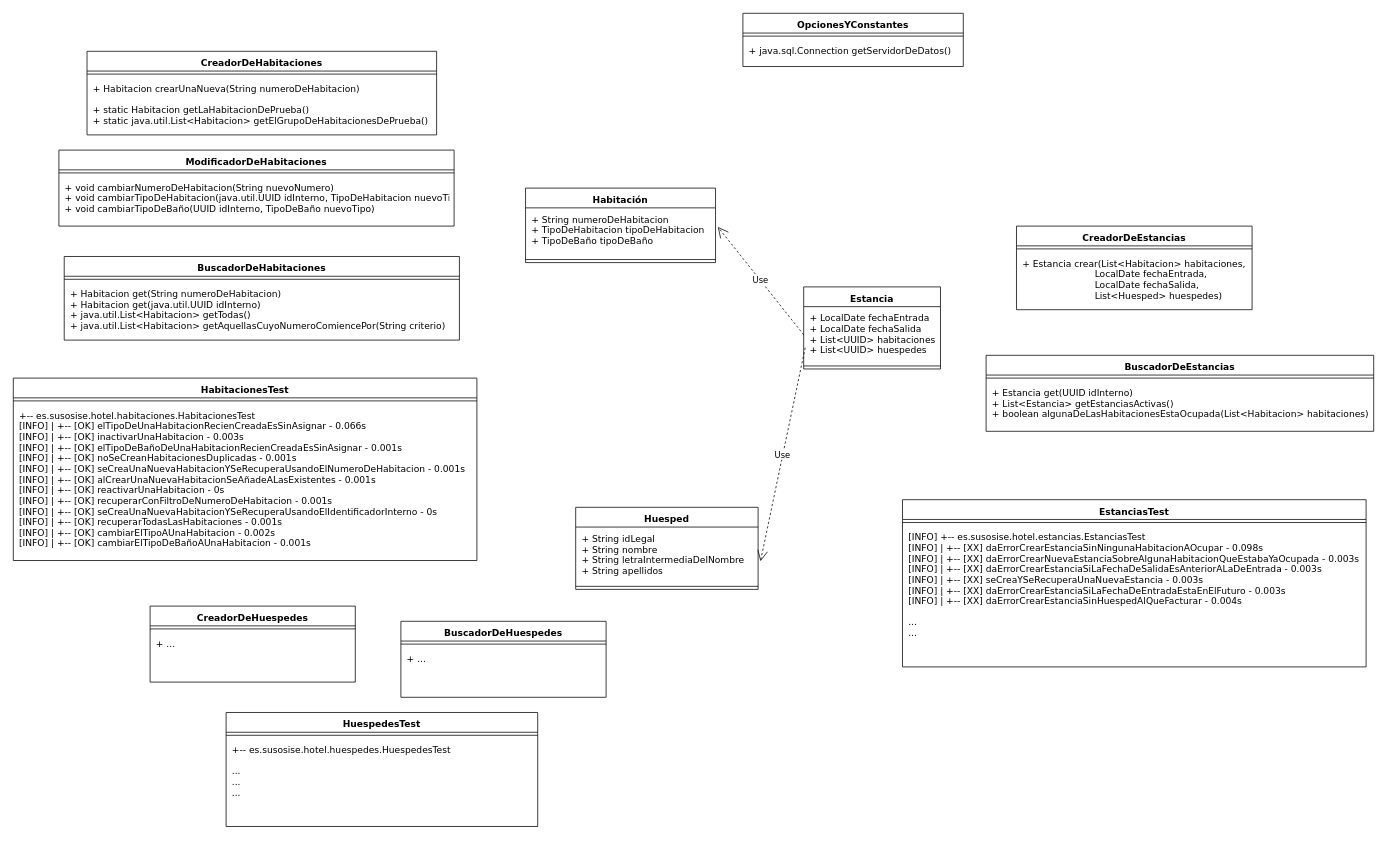
Above: documentacion/diagrama de clases para la gestion de estancias.drawio in JuanMuruaOlalde/Hotel (draw.io), before the change. Source tidied: cells renumbered, new cells numbered last; positions are measured from the earlier drawing's top-left corner, leaving out a move shared by most shapes. Both pictures are drawn from the tidied source at 76%, with x=0, y=0 at pixel (13, 13).
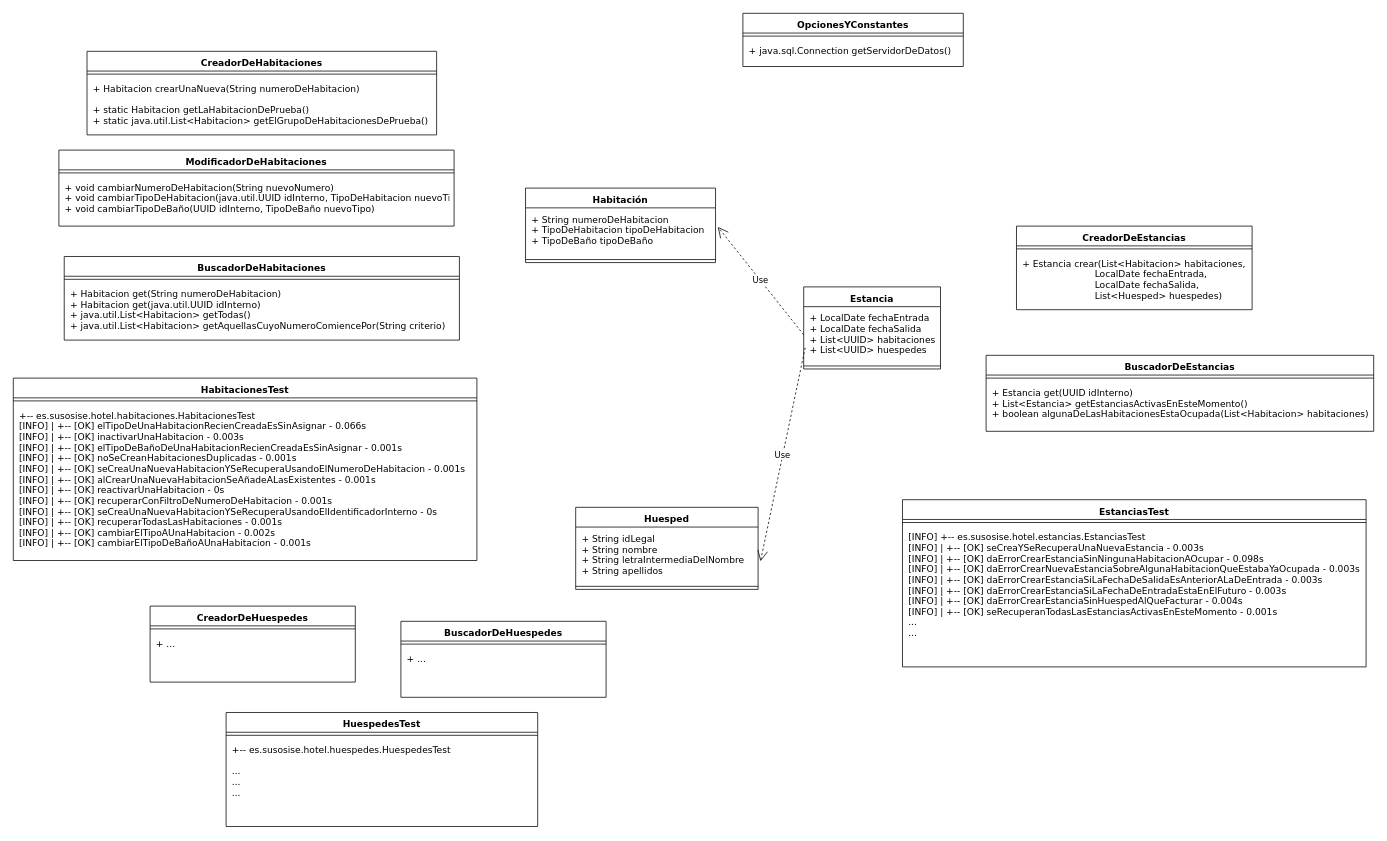
The same page after the edit.

Commit message (it also covers changes not shown here):
implementar la consulta de estancias activas en este momento

Unchanged cells that the change refers to:
```xml
<mxCell id="11" value="BuscadorDeEstancias" style="swimlane;fontStyle=1;align=center;verticalAlign=top;horizontal=1;startSize=26;fontFamily=Verdana;spacing=4;" parent="1" vertex="1">
  <mxGeometry x="1280" y="450" width="510" height="100" as="geometry" />
</mxCell>
<mxCell id="34" value="EstanciasTest" style="swimlane;fontStyle=1;align=center;verticalAlign=top;horizontal=1;startSize=26;fontFamily=Verdana;spacing=4;" parent="1" vertex="1">
  <mxGeometry x="1170" y="640" width="610" height="220" as="geometry" />
</mxCell>
```

Change to the diagram source:
```diff
@@
-    <mxCell id="13" value="+ Estancia get(UUID idInterno)&#10;+ List&lt;Estancia&gt; getEstanciasActivas()&#10;+ boolean algunaDeLasHabitacionesEstaOcupada(List&lt;Habitacion&gt; habitaciones)&#10;&#10;" style="text;strokeColor=none;fillColor=none;align=left;verticalAlign=top;spacingLeft=4;spacingRight=4;overflow=hidden;fontFamily=Verdana;spacing=4;" parent="11" vertex="1">
+    <mxCell id="13" value="+ Estancia get(UUID idInterno)&#10;+ List&lt;Estancia&gt; getEstanciasActivasEnEsteMomento()&#10;+ boolean algunaDeLasHabitacionesEstaOcupada(List&lt;Habitacion&gt; habitaciones)&#10;&#10;" style="text;strokeColor=none;fillColor=none;align=left;verticalAlign=top;spacingLeft=4;spacingRight=4;overflow=hidden;fontFamily=Verdana;spacing=4;" parent="11" vertex="1">
       <mxGeometry y="34" width="510" height="66" as="geometry" />
     </mxCell>
@@
-    <mxCell id="36" value="[INFO] +-- es.susosise.hotel.estancias.EstanciasTest&#10;[INFO] | +-- [XX] daErrorCrearEstanciaSinNingunaHabitacionAOcupar - 0.098s&#10;[INFO] | +-- [XX] daErrorCrearNuevaEstanciaSobreAlgunaHabitacionQueEstabaYaOcupada - 0.003s&#10;[INFO] | +-- [XX] daErrorCrearEstanciaSiLaFechaDeSalidaEsAnteriorALaDeEntrada - 0.003s&#10;[INFO] | +-- [XX] seCreaYSeRecuperaUnaNuevaEstancia - 0.003s&#10;[INFO] | +-- [XX] daErrorCrearEstanciaSiLaFechaDeEntradaEstaEnElFuturo - 0.003s&#10;[INFO] | +-- [XX] daErrorCrearEstanciaSinHuespedAlQueFacturar - 0.004s&#10;&#10;...&#10;..." style="text;strokeColor=none;fillColor=none;align=left;verticalAlign=top;spacingLeft=4;spacingRight=4;overflow=hidden;fontFamily=Verdana;spacing=4;" parent="34" vertex="1">
+    <mxCell id="36" value="[INFO] +-- es.susosise.hotel.estancias.EstanciasTest&#10;[INFO] | +-- [OK] seCreaYSeRecuperaUnaNuevaEstancia - 0.003s&#10;[INFO] | +-- [OK] daErrorCrearEstanciaSinNingunaHabitacionAOcupar - 0.098s&#10;[INFO] | +-- [OK] daErrorCrearNuevaEstanciaSobreAlgunaHabitacionQueEstabaYaOcupada - 0.003s&#10;[INFO] | +-- [OK] daErrorCrearEstanciaSiLaFechaDeSalidaEsAnteriorALaDeEntrada - 0.003s&#10;[INFO] | +-- [OK] daErrorCrearEstanciaSiLaFechaDeEntradaEstaEnElFuturo - 0.003s&#10;[INFO] | +-- [OK] daErrorCrearEstanciaSinHuespedAlQueFacturar - 0.004s&#10;[INFO] | +-- [OK] seRecuperanTodasLasEstanciasActivasEnEsteMomento - 0.001s&#10;...&#10;..." style="text;strokeColor=none;fillColor=none;align=left;verticalAlign=top;spacingLeft=4;spacingRight=4;overflow=hidden;fontFamily=Verdana;spacing=4;" parent="34" vertex="1">
       <mxGeometry y="34" width="610" height="186" as="geometry" />
     </mxCell>
```
